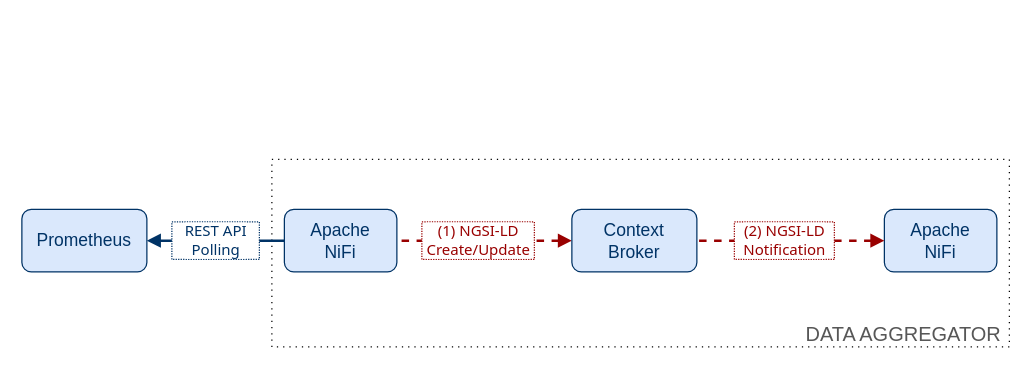
Earlier version of the draw.io diagram page "pipelines" (1 of 2) of docs/prometheus-experiment.drawio (giros-dit/cim-prometheus-pipelines). Source tidied: cells renumbered, new cells numbered last; positions are measured from the earlier drawing's top-left corner, leaving out a move shared by most shapes. Both pictures are drawn from the tidied source at 125%, with x=0, y=0 at pixel (21, 159).
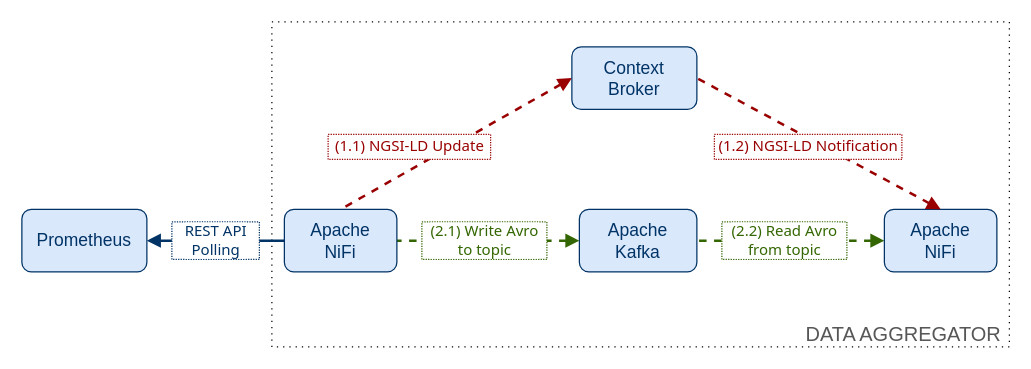
Above is the later version.

Change to the diagram source:
```diff
@@
 <mxGraphModel>
   <root>
     <mxCell id="0" />
     <mxCell id="1" parent="0" />
-    <mxCell id="2" style="rounded=0;whiteSpace=wrap;html=1;fillColor=none;dashed=1;dashPattern=1 4;fontColor=#575757;" parent="1" vertex="1">
-      <mxGeometry x="200" width="590" height="150" as="geometry" />
-    </mxCell>
+    <mxCell id="14" style="rounded=0;whiteSpace=wrap;html=1;fillColor=none;dashed=1;dashPattern=1 4;fontColor=#575757;" parent="1" vertex="1">
+      <mxGeometry x="200" y="-110" width="590" height="260" as="geometry" />
+    </mxCell>
     <mxCell id="3" style="edgeStyle=orthogonalEdgeStyle;rounded=0;jettySize=auto;html=1;exitX=0;exitY=0.5;exitDx=0;exitDy=0;entryX=1;entryY=0.5;entryDx=0;entryDy=0;fontColor=#003366;strokeColor=#003366;strokeWidth=2;endFill=1;endArrow=block;startFill=0;" parent="1" edge="1" source="6" target="4">
       <mxGeometry relative="1" as="geometry" />
     </mxCell>
     <mxCell id="4" value="Prometheus" style="rounded=1;whiteSpace=wrap;html=1;fontFamily=Helvetica;fillColor=#dae8fc;strokeColor=#003366;fontSize=14;fontColor=#003366;" parent="1" vertex="1">
       <mxGeometry y="40" width="100" height="50" as="geometry" />
     </mxCell>
+    <mxCell id="15" style="edgeStyle=orthogonalEdgeStyle;rounded=0;jettySize=auto;html=1;exitX=0;exitY=0.5;exitDx=0;exitDy=0;entryX=1;entryY=0.5;entryDx=0;entryDy=0;dashed=1;fontColor=#003366;strokeColor=#336600;strokeWidth=2;fillColor=#f8cecc;endFill=0;endArrow=none;startFill=1;startArrow=block;" parent="1" edge="1" source="8" target="16">
+      <mxGeometry relative="1" as="geometry" />
+    </mxCell>
+    <mxCell id="16" value="Apache&lt;br&gt;Kafka" style="rounded=1;whiteSpace=wrap;html=1;fontFamily=Helvetica;fillColor=#dae8fc;strokeColor=#003366;fontSize=14;fontColor=#003366;" parent="1" vertex="1">
+      <mxGeometry x="446" y="40" width="94" height="50" as="geometry" />
+    </mxCell>
+    <mxCell id="17" style="edgeStyle=orthogonalEdgeStyle;rounded=0;jettySize=auto;html=1;exitX=0;exitY=0.5;exitDx=0;exitDy=0;entryX=1;entryY=0.5;entryDx=0;entryDy=0;dashed=1;fontColor=#003366;strokeColor=#336600;strokeWidth=2;fillColor=#f8cecc;endFill=0;endArrow=none;startFill=1;startArrow=block;" parent="1" edge="1" source="16" target="6">
+      <mxGeometry relative="1" as="geometry" />
+    </mxCell>
-    <mxCell id="5" style="rounded=0;jettySize=auto;html=1;exitX=0;exitY=0.5;exitDx=0;exitDy=0;entryX=1;entryY=0.5;entryDx=0;entryDy=0;dashed=1;fontSize=10;fontColor=#003366;strokeColor=#990000;strokeWidth=2;fillColor=#f8cecc;endFill=0;endArrow=none;endSize=10;startFill=1;startArrow=block;" parent="1" edge="1" source="10" target="6">
+    <mxCell id="5" style="rounded=0;jettySize=auto;html=1;exitX=0;exitY=0.5;exitDx=0;exitDy=0;entryX=0.5;entryY=0;entryDx=0;entryDy=0;dashed=1;fontSize=10;fontColor=#003366;strokeColor=#990000;strokeWidth=2;fillColor=#f8cecc;endFill=0;endArrow=none;endSize=10;startFill=1;startArrow=block;" parent="1" edge="1" source="10" target="6">
       <mxGeometry relative="1" as="geometry" />
     </mxCell>
     <mxCell id="6" value="Apache&lt;br&gt;NiFi" style="rounded=1;whiteSpace=wrap;html=1;fontFamily=Helvetica;fillColor=#dae8fc;strokeColor=#003366;fontSize=14;fontColor=#003366;" parent="1" vertex="1">
       <mxGeometry x="210" y="40" width="90" height="50" as="geometry" />
     </mxCell>
     <mxCell id="7" value="&lt;font style=&quot;font-size: 12px&quot;&gt;REST API &lt;br&gt;Polling&lt;br&gt;&lt;/font&gt;" style="text;html=1;align=center;verticalAlign=middle;rounded=0;fontSize=10;fontColor=#003366;strokeColor=#003366;strokeWidth=1;labelBackgroundColor=#ffffff;endFill=1;endArrow=block;startFill=0;startArrow=none;fillColor=#ffffff;dashed=1;dashPattern=1 1;fontFamily=Tahoma;" parent="1" vertex="1">
       <mxGeometry x="120" y="50" width="70" height="30" as="geometry" />
     </mxCell>
     <mxCell id="8" value="Apache&lt;br&gt;NiFi" style="rounded=1;whiteSpace=wrap;html=1;fontFamily=Helvetica;fillColor=#dae8fc;fontSize=14;strokeColor=#003366;fontColor=#003366;" parent="1" vertex="1">
       <mxGeometry x="690" y="40" width="90" height="50" as="geometry" />
     </mxCell>
-    <mxCell id="9" style="rounded=0;jettySize=auto;html=1;exitX=0;exitY=0.5;exitDx=0;exitDy=0;entryX=1;entryY=0.5;entryDx=0;entryDy=0;dashed=1;fontSize=10;fontColor=#003366;strokeColor=#990000;strokeWidth=2;fillColor=#f8cecc;endFill=0;endArrow=none;endSize=10;startFill=1;startArrow=block;" parent="1" edge="1" source="8" target="10">
+    <mxCell id="9" style="rounded=0;jettySize=auto;html=1;exitX=0.5;exitY=0;exitDx=0;exitDy=0;entryX=1;entryY=0.5;entryDx=0;entryDy=0;dashed=1;fontSize=10;fontColor=#003366;strokeColor=#990000;strokeWidth=2;fillColor=#f8cecc;endFill=0;endArrow=none;endSize=10;startFill=1;startArrow=block;" parent="1" edge="1" source="8" target="10">
       <mxGeometry relative="1" as="geometry" />
     </mxCell>
     <mxCell id="10" value="Context&lt;br&gt;Broker" style="rounded=1;whiteSpace=wrap;html=1;fontFamily=Helvetica;fillColor=#dae8fc;strokeColor=#003366;fontSize=14;fontColor=#003366;" parent="1" vertex="1">
-      <mxGeometry x="440" y="40" width="100" height="50" as="geometry" />
+      <mxGeometry x="440" y="-90" width="100" height="50" as="geometry" />
     </mxCell>
-    <mxCell id="11" value="&lt;font style=&quot;font-size: 12px&quot;&gt;(1) NGSI-LD &lt;br&gt;Create/Update&lt;/font&gt;" style="text;html=1;align=center;verticalAlign=middle;rounded=0;fontSize=12;fontColor=#990000;strokeColor=#990000;strokeWidth=1;labelBackgroundColor=#ffffff;endFill=1;endArrow=block;startFill=0;startArrow=none;fillColor=#ffffff;dashed=1;dashPattern=1 1;fontFamily=Tahoma;" parent="1" vertex="1">
-      <mxGeometry x="320" y="50" width="90" height="30" as="geometry" />
-    </mxCell>
-    <mxCell id="12" value="&lt;font style=&quot;font-size: 12px&quot;&gt;(2) NGSI-LD&lt;br&gt;Notification&lt;/font&gt;" style="text;html=1;align=center;verticalAlign=middle;rounded=0;fontSize=12;fontColor=#990000;strokeColor=#990000;strokeWidth=1;labelBackgroundColor=#ffffff;endFill=1;endArrow=block;startFill=0;startArrow=none;fillColor=#ffffff;dashed=1;dashPattern=1 1;fontFamily=Tahoma;" parent="1" vertex="1">
-      <mxGeometry x="570" y="50" width="80" height="30" as="geometry" />
-    </mxCell>
+    <mxCell id="18" value="&lt;font style=&quot;font-size: 12px&quot;&gt;(1.1) NGSI-LD Update&lt;/font&gt;" style="text;html=1;align=center;verticalAlign=middle;rounded=0;fontSize=12;fontColor=#990000;strokeColor=#990000;strokeWidth=1;labelBackgroundColor=#ffffff;endFill=1;endArrow=block;startFill=0;startArrow=none;fillColor=#ffffff;dashed=1;dashPattern=1 1;fontFamily=Tahoma;" parent="1" vertex="1">
+      <mxGeometry x="245" y="-20" width="130" height="20" as="geometry" />
+    </mxCell>
+    <mxCell id="19" value="&lt;font style=&quot;font-size: 12px&quot;&gt;(1.2) NGSI-LD Notification&lt;/font&gt;" style="text;html=1;align=center;verticalAlign=middle;rounded=0;fontSize=12;fontColor=#990000;strokeColor=#990000;strokeWidth=1;labelBackgroundColor=#ffffff;endFill=1;endArrow=block;startFill=0;startArrow=none;fillColor=#ffffff;dashed=1;dashPattern=1 1;fontFamily=Tahoma;" parent="1" vertex="1">
+      <mxGeometry x="554" y="-20" width="150" height="20" as="geometry" />
+    </mxCell>
+    <mxCell id="20" value="&lt;font style=&quot;font-size: 12px&quot;&gt;(2.1) Write Avro&lt;br&gt;to topic&lt;/font&gt;" style="text;html=1;align=center;verticalAlign=middle;rounded=0;fontSize=12;fontColor=#336600;strokeColor=#336600;strokeWidth=1;labelBackgroundColor=#ffffff;endFill=1;endArrow=block;startFill=0;startArrow=none;fillColor=#ffffff;dashed=1;dashPattern=1 1;fontFamily=Tahoma;" parent="1" vertex="1">
+      <mxGeometry x="320" y="50" width="100" height="30" as="geometry" />
+    </mxCell>
+    <mxCell id="21" value="&lt;font style=&quot;font-size: 12px&quot;&gt;(2.2) Read Avro&lt;br&gt;from topic&lt;/font&gt;" style="text;html=1;align=center;verticalAlign=middle;rounded=0;fontSize=12;fontColor=#336600;strokeColor=#336600;strokeWidth=1;labelBackgroundColor=#ffffff;endFill=1;endArrow=block;startFill=0;startArrow=none;fillColor=#ffffff;dashed=1;dashPattern=1 1;fontFamily=Tahoma;" parent="1" vertex="1">
+      <mxGeometry x="560" y="50" width="100" height="30" as="geometry" />
+    </mxCell>
     <mxCell id="13" value="DATA AGGREGATOR" style="text;html=1;align=center;verticalAlign=middle;fontSize=16;fontColor=#575757;" parent="1" vertex="1">
       <mxGeometry x="620" y="130" width="170" height="20" as="geometry" />
     </mxCell>
   </root>
 </mxGraphModel>
```
